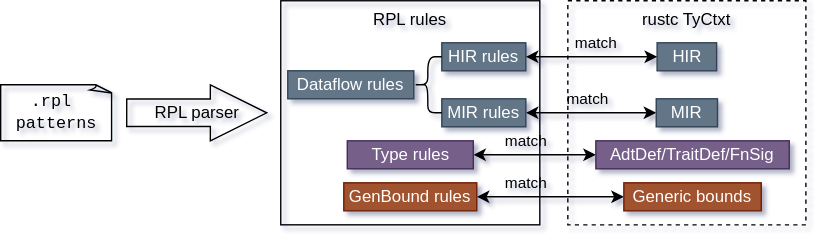
Earlier version of the draw.io export docs/design-docs/rpl.svg (stuuupidcat/RPL). Source tidied: cells renumbered, new cells last; positions are measured from the earlier drawing's top-left corner, leaving out a move shared by most shapes.
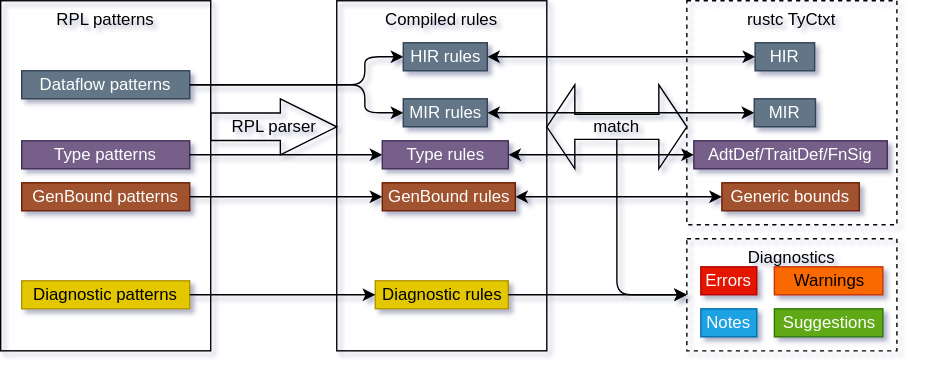
After the change.

What changed in the source:
```diff
@@ -2,64 +2,129 @@
   <root>
     <mxCell id="0" />
     <mxCell id="1" parent="0" />
+    <mxCell id="6" style="edgeStyle=orthogonalEdgeStyle;html=1;fontColor=default;startArrow=classic;startFill=1;labelBackgroundColor=none;" parent="1" edge="1" source="7" target="17">
+      <mxGeometry x="-0.14" y="10" relative="1" as="geometry" />
+    </mxCell>
+    <mxCell id="8" style="edgeStyle=orthogonalEdgeStyle;html=1;fontColor=default;startArrow=classic;startFill=1;labelBackgroundColor=none;" parent="1" edge="1" source="9" target="18">
+      <mxGeometry x="-0.33" y="10" relative="1" as="geometry" />
+    </mxCell>
+    <mxCell id="11" style="edgeStyle=orthogonalEdgeStyle;html=1;entryX=0;entryY=0.5;entryDx=0;entryDy=0;fontColor=default;startArrow=classic;startFill=1;labelBackgroundColor=none;" parent="1" edge="1" source="12" target="15">
+      <mxGeometry x="-0.05" y="10" relative="1" as="geometry" />
+    </mxCell>
+    <mxCell id="14" value="RPL parser" style="html=1;shadow=0;dashed=0;align=center;verticalAlign=middle;shape=mxgraph.arrows2.arrow;dy=0.51;dx=40.29;notch=0;rounded=1;glass=0;sketch=0;fontColor=default;fillColor=none;" parent="1" vertex="1">
+      <mxGeometry x="90" y="60" width="90" height="40" as="geometry" />
+    </mxCell>
+    <mxCell id="19" style="endArrow=classic;startArrow=classic;html=1;fontColor=default;entryX=0;entryY=0.5;entryDx=0;entryDy=0;exitX=1;exitY=0.5;exitDx=0;exitDy=0;" parent="1" edge="1" source="10" target="16">
+      <mxGeometry relative="1" as="geometry" />
+    </mxCell>
+    <mxCell id="21" style="group;" parent="1" vertex="1">
+      <mxGeometry x="-60" y="-10" width="150" height="250" as="geometry" />
+    </mxCell>
+    <mxCell id="22" value="RPL patterns" style="whiteSpace=wrap;html=1;verticalAlign=top;fillColor=none;" parent="21" vertex="1">
+      <mxGeometry width="150" height="250" as="geometry" />
+    </mxCell>
+    <mxCell id="23" value="Dataflow patterns" style="rounded=0;whiteSpace=wrap;html=1;labelBackgroundColor=none;fillColor=#647687;fontColor=#ffffff;strokeColor=#314354;" parent="21" vertex="1">
+      <mxGeometry x="15" y="50" width="120" height="20" as="geometry" />
+    </mxCell>
+    <mxCell id="24" value="Type patterns" style="rounded=0;whiteSpace=wrap;html=1;labelBackgroundColor=none;fillColor=#76608a;fontColor=#ffffff;strokeColor=#432D57;" parent="21" vertex="1">
+      <mxGeometry x="15" y="100" width="120" height="20" as="geometry" />
+    </mxCell>
+    <mxCell id="25" value="GenBound patterns" style="rounded=0;whiteSpace=wrap;html=1;labelBackgroundColor=none;fillColor=#a0522d;fontColor=#ffffff;strokeColor=#6D1F00;" parent="21" vertex="1">
+      <mxGeometry x="15" y="130" width="120" height="20" as="geometry" />
+    </mxCell>
+    <mxCell id="26" value="Diagnostic patterns" style="rounded=0;whiteSpace=wrap;html=1;labelBackgroundColor=none;fillColor=#e3c800;fontColor=#000000;strokeColor=#B09500;" parent="21" vertex="1">
+      <mxGeometry x="15" y="200" width="120" height="20" as="geometry" />
+    </mxCell>
+    <mxCell id="27" style="edgeStyle=orthogonalEdgeStyle;html=1;labelBackgroundColor=default;startArrow=none;startFill=0;endArrow=classic;endFill=1;" parent="1" edge="1" source="23" target="10">
+      <mxGeometry relative="1" as="geometry">
+        <Array as="points">
+          <mxPoint x="200" y="50" />
+          <mxPoint x="200" y="30" />
+        </Array>
+      </mxGeometry>
+    </mxCell>
+    <mxCell id="28" style="edgeStyle=orthogonalEdgeStyle;html=1;labelBackgroundColor=default;startArrow=none;startFill=0;endArrow=classic;endFill=1;" parent="1" edge="1" source="24" target="7">
+      <mxGeometry relative="1" as="geometry" />
+    </mxCell>
+    <mxCell id="29" style="edgeStyle=orthogonalEdgeStyle;html=1;labelBackgroundColor=default;startArrow=none;startFill=0;endArrow=classic;endFill=1;" parent="1" edge="1" source="25" target="9">
+      <mxGeometry relative="1" as="geometry" />
+    </mxCell>
+    <mxCell id="30" style="group;" parent="1" vertex="1">
+      <mxGeometry x="430" y="-10" width="170" height="160" as="geometry" />
+    </mxCell>
-    <mxCell id="2" value="rustc TyCtxt" style="whiteSpace=wrap;html=1;verticalAlign=top;fillColor=none;dashed=1;" parent="1" vertex="1">
-      <mxGeometry x="405" width="170" height="160" as="geometry" />
+    <mxCell id="2" value="rustc TyCtxt" style="whiteSpace=wrap;html=1;verticalAlign=top;fillColor=none;dashed=1;" parent="30" vertex="1">
+      <mxGeometry width="150" height="160" as="geometry" />
     </mxCell>
-    <mxCell id="3" value="&lt;pre&gt;.rpl &lt;br/&gt;patterns&lt;/pre&gt;" style="whiteSpace=wrap;html=1;shape=mxgraph.basic.document;fillColor=none;" parent="1" vertex="1">
-      <mxGeometry y="60" width="80" height="40" as="geometry" />
-    </mxCell>
-    <mxCell id="4" value="RPL rules" style="whiteSpace=wrap;html=1;verticalAlign=top;fillColor=none;" parent="1" vertex="1">
-      <mxGeometry x="200" width="185" height="160" as="geometry" />
-    </mxCell>
-    <mxCell id="5" value="Dataflow rules" style="whiteSpace=wrap;html=1;fillColor=#647687;strokeColor=#314354;fontColor=#ffffff;" parent="1" vertex="1">
-      <mxGeometry x="205" y="50" width="90" height="20" as="geometry" />
-    </mxCell>
-    <mxCell id="6" value="match" style="edgeStyle=orthogonalEdgeStyle;html=1;fontColor=default;startArrow=classic;startFill=1;labelBackgroundColor=none;" parent="1" edge="1" source="7" target="17">
-      <mxGeometry x="-0.14" y="10" relative="1" as="geometry" />
-    </mxCell>
-    <mxCell id="7" value="Type rules" style="whiteSpace=wrap;html=1;fillColor=#76608a;fontColor=#ffffff;strokeColor=#432D57;" parent="1" vertex="1">
-      <mxGeometry x="247.5" y="100" width="90" height="20" as="geometry" />
-    </mxCell>
-    <mxCell id="8" value="match" style="edgeStyle=orthogonalEdgeStyle;html=1;fontColor=default;startArrow=classic;startFill=1;labelBackgroundColor=none;" parent="1" edge="1" source="9" target="18">
-      <mxGeometry x="-0.33" y="10" relative="1" as="geometry" />
-    </mxCell>
-    <mxCell id="9" value="GenBound rules" style="whiteSpace=wrap;html=1;fillColor=#a0522d;fontColor=#ffffff;strokeColor=#6D1F00;" parent="1" vertex="1">
-      <mxGeometry x="245" y="130" width="95" height="20" as="geometry" />
-    </mxCell>
-    <mxCell id="10" value="HIR rules" style="whiteSpace=wrap;html=1;fillColor=#647687;strokeColor=#314354;fontColor=#ffffff;" parent="1" vertex="1">
-      <mxGeometry x="315" y="30" width="60" height="20" as="geometry" />
-    </mxCell>
-    <mxCell id="11" value="match" style="edgeStyle=orthogonalEdgeStyle;html=1;entryX=0;entryY=0.5;entryDx=0;entryDy=0;fontColor=default;startArrow=classic;startFill=1;labelBackgroundColor=none;" parent="1" edge="1" source="12" target="15">
-      <mxGeometry x="-0.05" y="10" relative="1" as="geometry" />
-    </mxCell>
-    <mxCell id="12" value="MIR rules" style="whiteSpace=wrap;html=1;fillColor=#647687;strokeColor=#314354;fontColor=#ffffff;" parent="1" vertex="1">
-      <mxGeometry x="315" y="70" width="60" height="20" as="geometry" />
-    </mxCell>
-    <mxCell id="13" style="shape=curlyBracket;whiteSpace=wrap;html=1;rounded=1;labelPosition=left;verticalLabelPosition=middle;align=right;verticalAlign=middle;shadow=0;glass=0;sketch=0;fontColor=default;fillColor=none;" parent="1" vertex="1">
-      <mxGeometry x="295" y="40" width="20" height="40" as="geometry" />
-    </mxCell>
-    <mxCell id="14" value="RPL parser" style="html=1;shadow=0;dashed=0;align=center;verticalAlign=middle;shape=mxgraph.arrows2.arrow;dy=0.51;dx=40.29;notch=0;rounded=1;glass=0;sketch=0;fontColor=default;fillColor=none;" parent="1" vertex="1">
-      <mxGeometry x="90" y="60" width="100" height="40" as="geometry" />
-    </mxCell>
-    <mxCell id="15" value="MIR" style="whiteSpace=wrap;html=1;fillColor=#647687;fontColor=#ffffff;strokeColor=#314354;" parent="1" vertex="1">
-      <mxGeometry x="468.1" y="70" width="43.8" height="20" as="geometry" />
+    <mxCell id="15" value="MIR" style="whiteSpace=wrap;html=1;fillColor=#647687;fontColor=#ffffff;strokeColor=#314354;" parent="30" vertex="1">
+      <mxGeometry x="48.1" y="70" width="43.8" height="20" as="geometry" />
     </mxCell>
-    <mxCell id="16" value="HIR" style="whiteSpace=wrap;html=1;fillColor=#647687;fontColor=#ffffff;strokeColor=#314354;" parent="1" vertex="1">
-      <mxGeometry x="468.8" y="30" width="42.5" height="20" as="geometry" />
+    <mxCell id="16" value="HIR" style="whiteSpace=wrap;html=1;fillColor=#647687;fontColor=#ffffff;strokeColor=#314354;" parent="30" vertex="1">
+      <mxGeometry x="48.8" y="30" width="42.5" height="20" as="geometry" />
     </mxCell>
-    <mxCell id="17" value="AdtDef/TraitDef/FnSig" style="whiteSpace=wrap;html=1;fillColor=#76608a;fontColor=#ffffff;strokeColor=#432D57;" parent="1" vertex="1">
-      <mxGeometry x="425" y="100" width="138.1" height="20" as="geometry" />
+    <mxCell id="17" value="AdtDef/TraitDef/FnSig" style="whiteSpace=wrap;html=1;fillColor=#76608a;fontColor=#ffffff;strokeColor=#432D57;" parent="30" vertex="1">
+      <mxGeometry x="5" y="100" width="138.1" height="20" as="geometry" />
     </mxCell>
-    <mxCell id="18" value="Generic bounds" style="whiteSpace=wrap;html=1;fillColor=#a0522d;fontColor=#ffffff;strokeColor=#6D1F00;" parent="1" vertex="1">
-      <mxGeometry x="445" y="130" width="98.1" height="20" as="geometry" />
+    <mxCell id="18" value="Generic bounds" style="whiteSpace=wrap;html=1;fillColor=#a0522d;fontColor=#ffffff;strokeColor=#6D1F00;" parent="30" vertex="1">
+      <mxGeometry x="25" y="130" width="98.1" height="20" as="geometry" />
     </mxCell>
-    <mxCell id="19" style="endArrow=classic;startArrow=classic;html=1;fontColor=default;entryX=0;entryY=0.5;entryDx=0;entryDy=0;exitX=1;exitY=0.5;exitDx=0;exitDy=0;" parent="1" edge="1" source="10" target="16">
-      <mxGeometry relative="1" as="geometry" />
-    </mxCell>
+    <mxCell id="31" style="edgeStyle=orthogonalEdgeStyle;html=1;labelBackgroundColor=default;startArrow=none;startFill=0;endArrow=classic;endFill=1;" parent="1" edge="1" source="23" target="12">
+      <mxGeometry relative="1" as="geometry">
+        <Array as="points">
+          <mxPoint x="200" y="50" />
+          <mxPoint x="200" y="70" />
+        </Array>
+      </mxGeometry>
+    </mxCell>
+    <mxCell id="32" style="group;" parent="1" vertex="1">
+      <mxGeometry x="180" y="-10" width="150" height="250" as="geometry" />
+    </mxCell>
+    <mxCell id="4" value="Compiled rules" style="whiteSpace=wrap;html=1;verticalAlign=top;fillColor=none;" parent="32" vertex="1">
+      <mxGeometry width="150" height="250" as="geometry" />
+    </mxCell>
+    <mxCell id="7" value="Type rules" style="whiteSpace=wrap;html=1;fillColor=#76608a;fontColor=#ffffff;strokeColor=#432D57;" parent="32" vertex="1">
+      <mxGeometry x="32.5" y="100" width="90" height="20" as="geometry" />
+    </mxCell>
+    <mxCell id="9" value="GenBound rules" style="whiteSpace=wrap;html=1;fillColor=#a0522d;fontColor=#ffffff;strokeColor=#6D1F00;" parent="32" vertex="1">
+      <mxGeometry x="32.5" y="130" width="95" height="20" as="geometry" />
+    </mxCell>
+    <mxCell id="10" value="HIR rules" style="whiteSpace=wrap;html=1;fillColor=#647687;strokeColor=#314354;fontColor=#ffffff;" parent="32" vertex="1">
+      <mxGeometry x="47.5" y="30" width="60" height="20" as="geometry" />
+    </mxCell>
+    <mxCell id="12" value="MIR rules" style="whiteSpace=wrap;html=1;fillColor=#647687;strokeColor=#314354;fontColor=#ffffff;" parent="32" vertex="1">
+      <mxGeometry x="47.5" y="70" width="60" height="20" as="geometry" />
+    </mxCell>
+    <mxCell id="33" value="Diagnostic rules" style="whiteSpace=wrap;html=1;fillColor=#e3c800;fontColor=#000000;strokeColor=#B09500;" parent="32" vertex="1">
+      <mxGeometry x="27.5" y="200" width="95" height="20" as="geometry" />
+    </mxCell>
+    <mxCell id="34" style="edgeStyle=orthogonalEdgeStyle;html=1;exitX=0;exitY=0;exitDx=50;exitDy=39;exitPerimeter=0;entryX=0;entryY=0.5;entryDx=0;entryDy=0;" parent="1" edge="1" source="20" target="38">
+      <mxGeometry relative="1" as="geometry" />
+    </mxCell>
-    <mxCell id="20" value="match" style="edgeLabel;html=1;align=center;verticalAlign=middle;points=[];fontColor=default;labelBackgroundColor=none;" parent="19" vertex="1">
-      <mxGeometry x="0.29" y="-2" relative="1" as="geometry">
-        <mxPoint x="-11" y="-12" as="offset" />
-      </mxGeometry>
+    <mxCell id="20" value="match" style="shape=doubleArrow;whiteSpace=wrap;html=1;labelBackgroundColor=none;fillColor=none;" parent="1" vertex="1">
+      <mxGeometry x="330" y="50" width="100" height="60" as="geometry" />
     </mxCell>
+    <mxCell id="35" style="edgeStyle=none;html=1;" parent="1" edge="1" source="26" target="33">
+      <mxGeometry relative="1" as="geometry" />
+    </mxCell>
+    <mxCell id="36" style="edgeStyle=none;html=1;entryX=0;entryY=0.5;entryDx=0;entryDy=0;" parent="1" edge="1" source="33" target="38">
+      <mxGeometry relative="1" as="geometry" />
+    </mxCell>
+    <mxCell id="37" style="group;" parent="1" vertex="1">
+      <mxGeometry x="430" y="160" width="150" height="80" as="geometry" />
+    </mxCell>
+    <mxCell id="38" value="Diagnostics" style="whiteSpace=wrap;html=1;verticalAlign=top;fillColor=none;dashed=1;" parent="37" vertex="1">
+      <mxGeometry width="150" height="80" as="geometry" />
+    </mxCell>
+    <mxCell id="39" value="Errors" style="rounded=0;whiteSpace=wrap;html=1;fillColor=#e51400;fontColor=#ffffff;strokeColor=#B20000;" parent="37" vertex="1">
+      <mxGeometry x="10" y="20" width="40" height="20" as="geometry" />
+    </mxCell>
+    <mxCell id="40" value="Warnings" style="rounded=0;whiteSpace=wrap;html=1;fillColor=#fa6800;fontColor=#000000;strokeColor=#C73500;" parent="37" vertex="1">
+      <mxGeometry x="62.5" y="20" width="77.5" height="20" as="geometry" />
+    </mxCell>
+    <mxCell id="41" value="Notes" style="rounded=0;whiteSpace=wrap;html=1;fillColor=#1ba1e2;fontColor=#ffffff;strokeColor=#006EAF;" parent="37" vertex="1">
+      <mxGeometry x="10" y="50" width="40" height="20" as="geometry" />
+    </mxCell>
+    <mxCell id="42" value="Suggestions" style="rounded=0;whiteSpace=wrap;html=1;fillColor=#60a917;fontColor=#ffffff;strokeColor=#2D7600;" parent="37" vertex="1">
+      <mxGeometry x="62.5" y="50" width="77.5" height="20" as="geometry" />
+    </mxCell>
   </root>
 </mxGraphModel>
```
